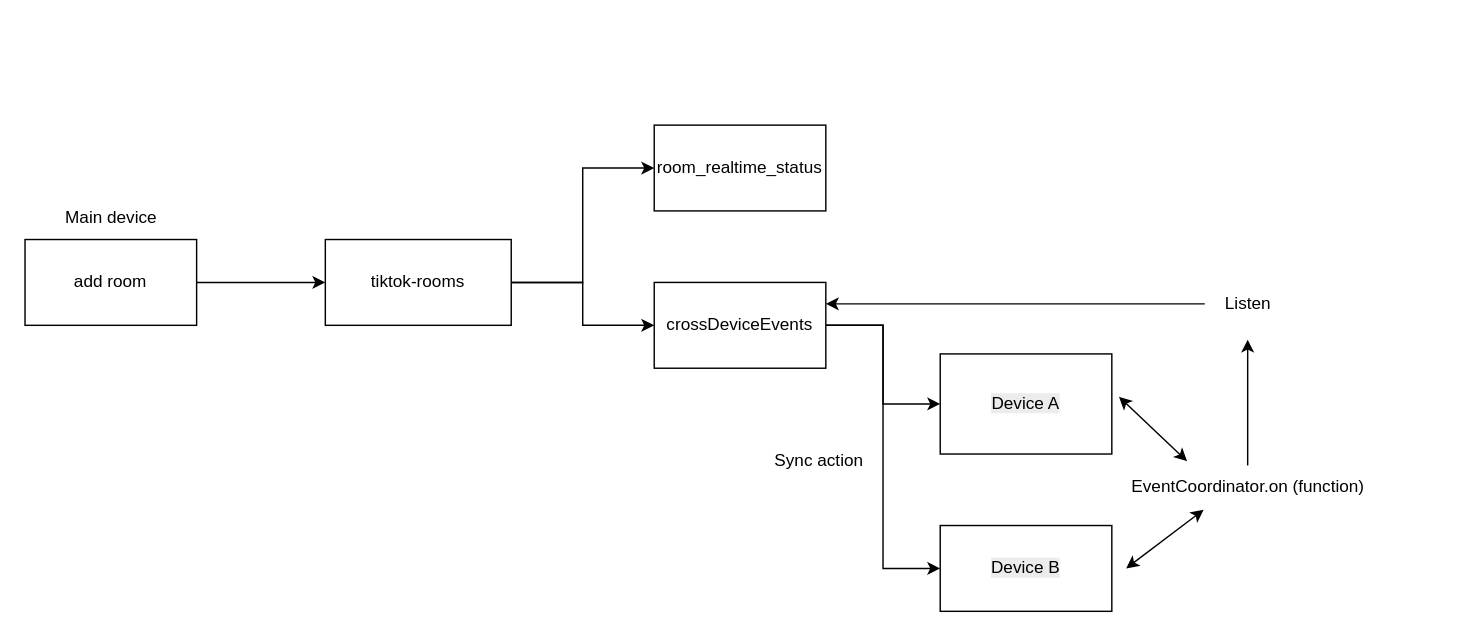
seongkah/draw.io keeps this draw.io diagram as tiktok-manager-add-room-squence.drawio. Above is the earlier version. Source tidied: cells renumbered, new cells numbered last; positions are measured from the earlier drawing's top-left corner, leaving out a move shared by most shapes. Both pictures are drawn from the tidied source at 143%, with x=0, y=0 at pixel (24, 124).
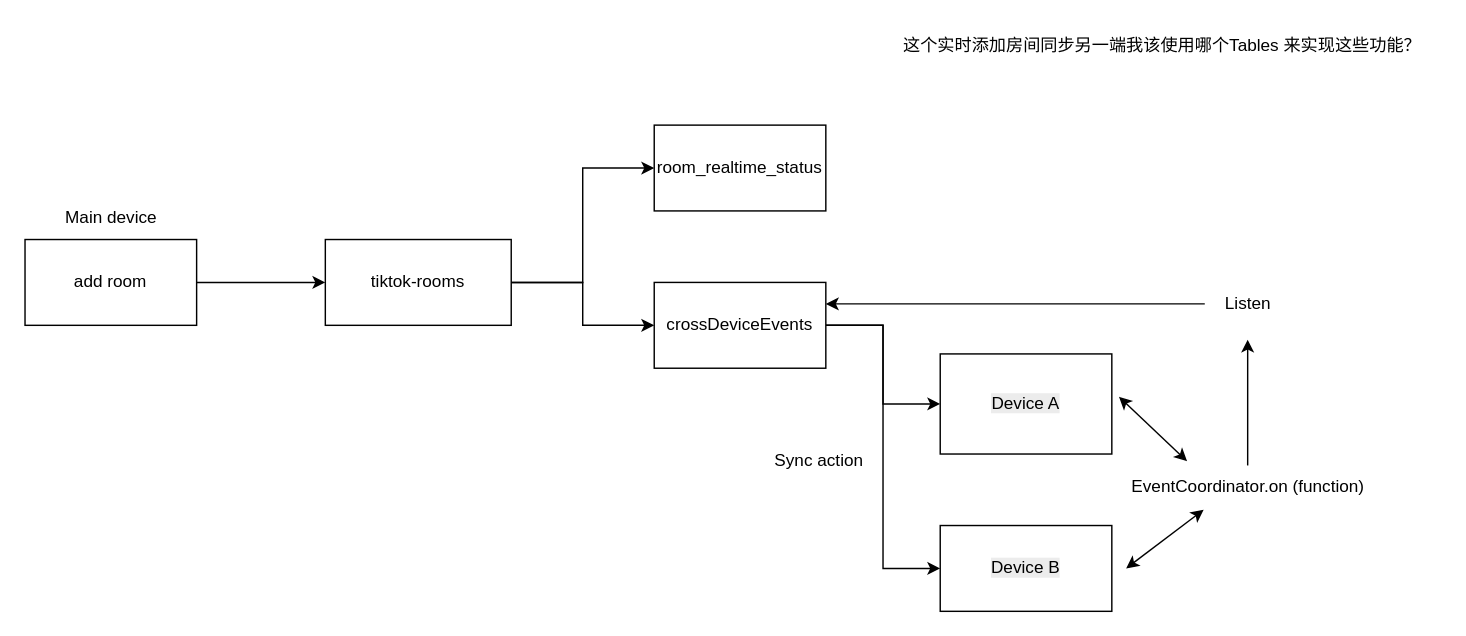
The same diagram, later.

Diff of the diagram source:
```diff
@@
+    <mxCell id="21" value="这个实时添加房间同步另一端我该使用哪个Tables 来实现这些功能？" style="text;html=1;align=center;verticalAlign=middle;strokeColor=none;fillColor=none;" parent="1" vertex="1">
+      <mxGeometry x="600" y="-70" width="390" height="30" as="geometry" />
+    </mxCell>
```
